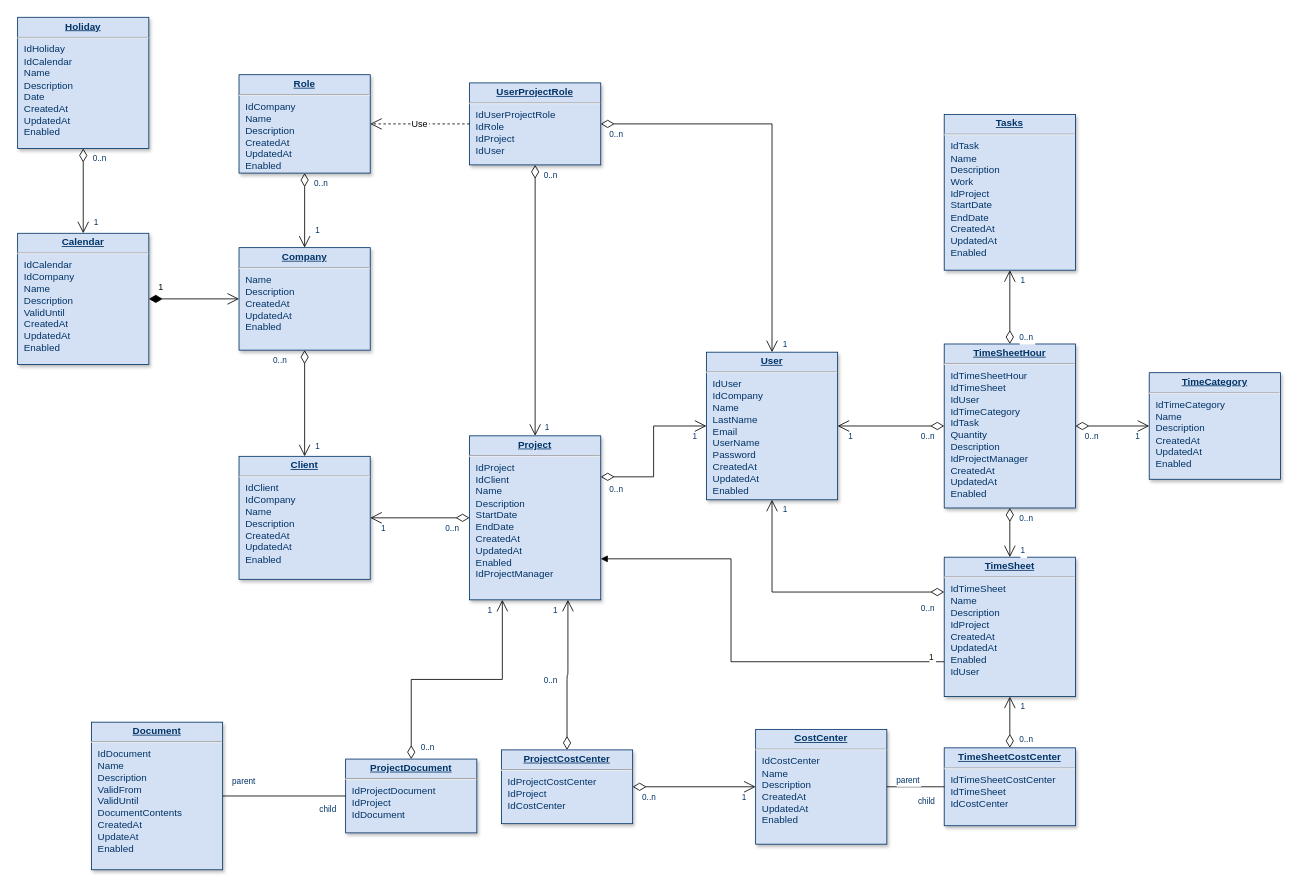
sebsba24/SenaLMS keeps this draw.io diagram as Diagrama sin título.drawio. Above is the earlier version. Source tidied: cells renumbered, new cells numbered last; positions are measured from the earlier drawing's top-left corner, leaving out a move shared by most shapes. Both pictures are drawn from the tidied source at 82%, with x=0, y=0 at pixel (17, 17).
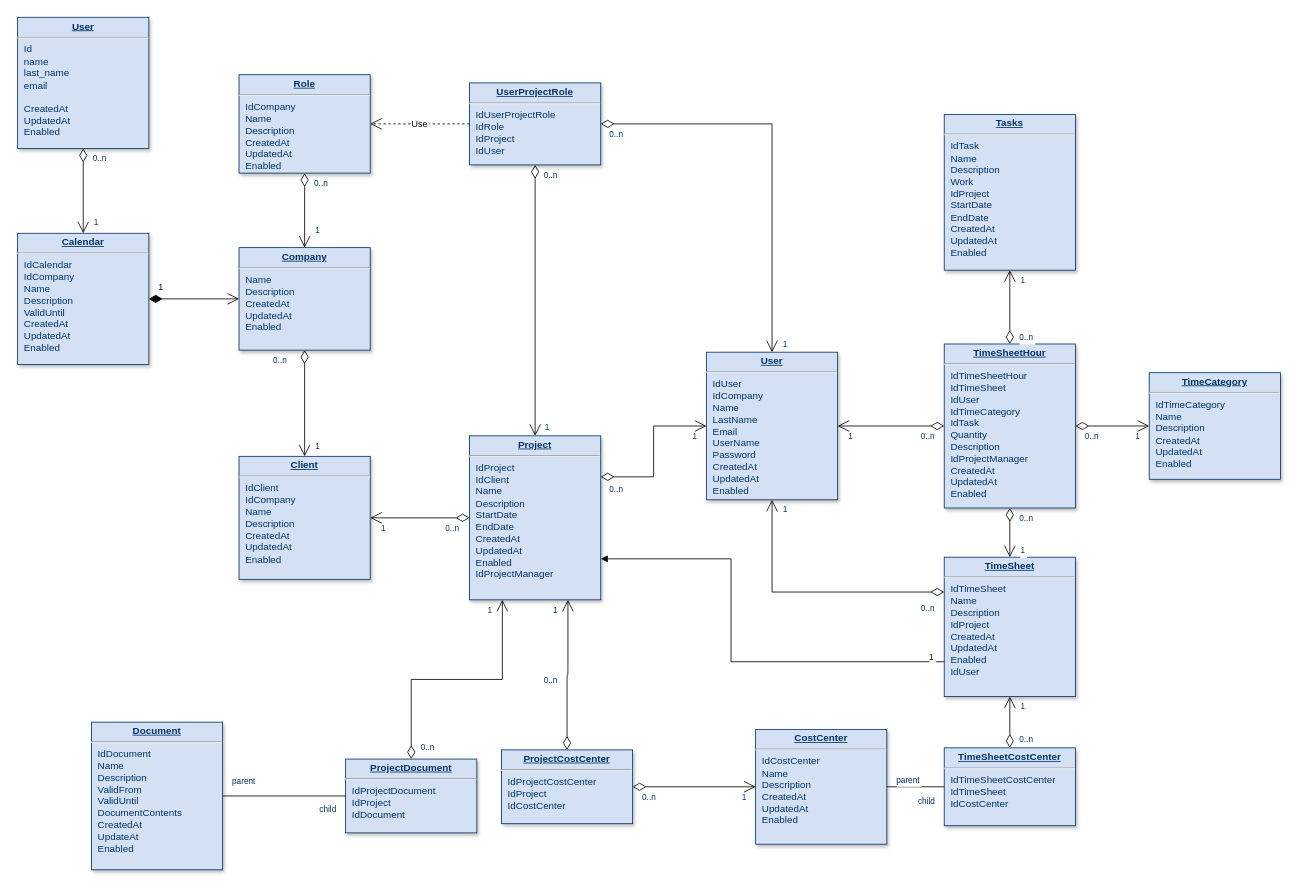
Above is the later version.

What changed in the source:
```diff
@@
-    <mxCell id="8" value="&lt;p style=&quot;margin: 0px; margin-top: 4px; text-align: center; text-decoration: underline;&quot;&gt;&lt;strong&gt;Holiday&lt;/strong&gt;&lt;/p&gt;&lt;hr /&gt;&lt;p style=&quot;margin: 0px; margin-left: 8px;&quot;&gt;IdHoliday&lt;/p&gt;&lt;p style=&quot;margin: 0px; margin-left: 8px;&quot;&gt;IdCalendar&lt;/p&gt;&lt;p style=&quot;margin: 0px; margin-left: 8px;&quot;&gt;Name&lt;/p&gt;&lt;p style=&quot;margin: 0px; margin-left: 8px;&quot;&gt;Description&lt;/p&gt;&lt;p style=&quot;margin: 0px; margin-left: 8px;&quot;&gt;Date&lt;/p&gt;&lt;p style=&quot;margin: 0px; margin-left: 8px;&quot;&gt;CreatedAt&lt;/p&gt;&lt;p style=&quot;margin: 0px; margin-left: 8px;&quot;&gt;UpdatedAt&lt;/p&gt;&lt;p style=&quot;margin: 0px; margin-left: 8px;&quot;&gt;Enabled&lt;/p&gt;" style="verticalAlign=top;align=left;overflow=fill;fontSize=12;fontFamily=Helvetica;html=1;strokeColor=#003366;shadow=1;fillColor=#D4E1F5;fontColor=#003366;" parent="1" vertex="1">
+    <mxCell id="8" value="&lt;p style=&quot;margin: 0px; margin-top: 4px; text-align: center; text-decoration: underline;&quot;&gt;&lt;b&gt;User&lt;/b&gt;&lt;/p&gt;&lt;hr&gt;&lt;p style=&quot;margin: 0px; margin-left: 8px;&quot;&gt;Id&lt;/p&gt;&lt;p style=&quot;margin: 0px; margin-left: 8px;&quot;&gt;name&lt;/p&gt;&lt;p style=&quot;margin: 0px; margin-left: 8px;&quot;&gt;last_name&lt;/p&gt;&lt;p style=&quot;margin: 0px; margin-left: 8px;&quot;&gt;email&lt;/p&gt;&lt;p style=&quot;margin: 0px; margin-left: 8px;&quot;&gt;&lt;br&gt;&lt;/p&gt;&lt;p style=&quot;margin: 0px; margin-left: 8px;&quot;&gt;CreatedAt&lt;/p&gt;&lt;p style=&quot;margin: 0px; margin-left: 8px;&quot;&gt;UpdatedAt&lt;/p&gt;&lt;p style=&quot;margin: 0px; margin-left: 8px;&quot;&gt;Enabled&lt;/p&gt;" style="verticalAlign=top;align=left;overflow=fill;fontSize=12;fontFamily=Helvetica;html=1;strokeColor=#003366;shadow=1;fillColor=#D4E1F5;fontColor=#003366;" parent="1" vertex="1">
       <mxGeometry y="-0.4" width="160" height="160" as="geometry" />
     </mxCell>
```
